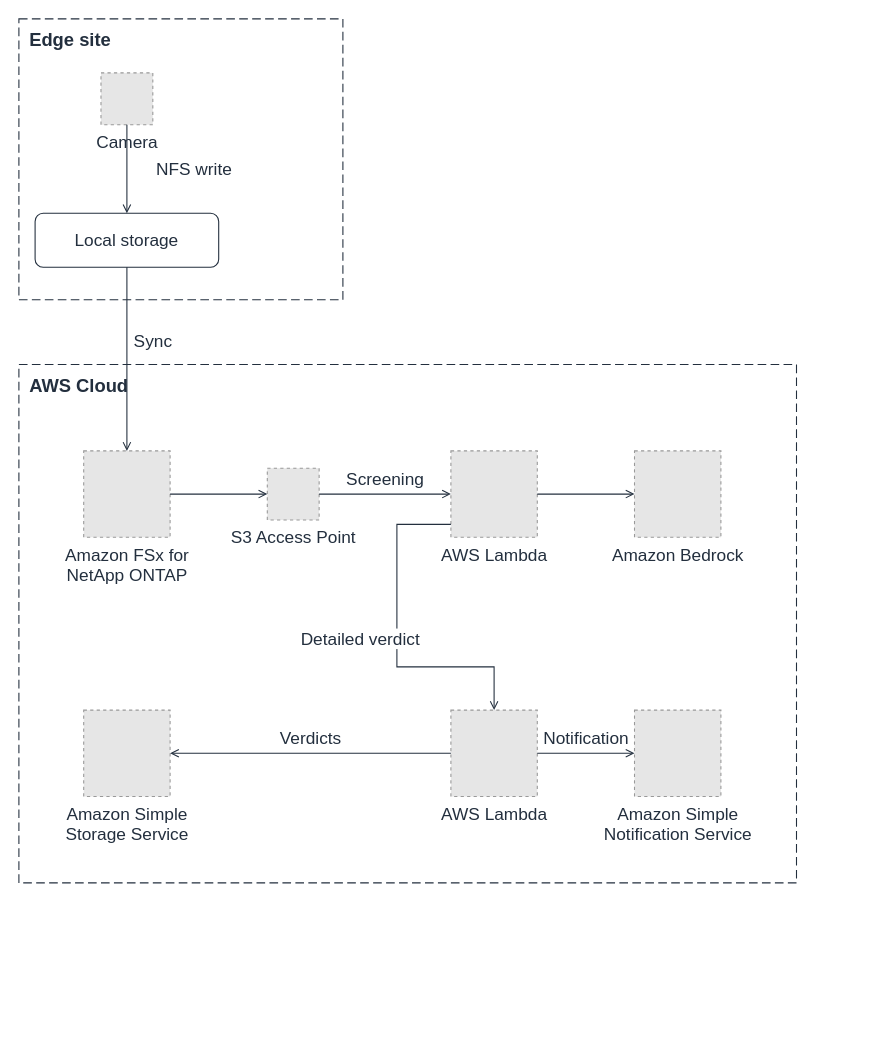
Above: docs/diagrams/pattern-01-edge-ai-bedrock-en.drawio in Yoshiki0705/ontap-edge-to-cloud-ai (draw.io), before the change. Source tidied: cells renumbered, new cells numbered last; positions are measured from the earlier drawing's top-left corner, leaving out a move shared by most shapes. Both pictures are drawn from the tidied source at 108%, with x=0, y=0 at pixel (18, 18). Pictures stored in the file or linked from it are replaced by grey dashed boxes.
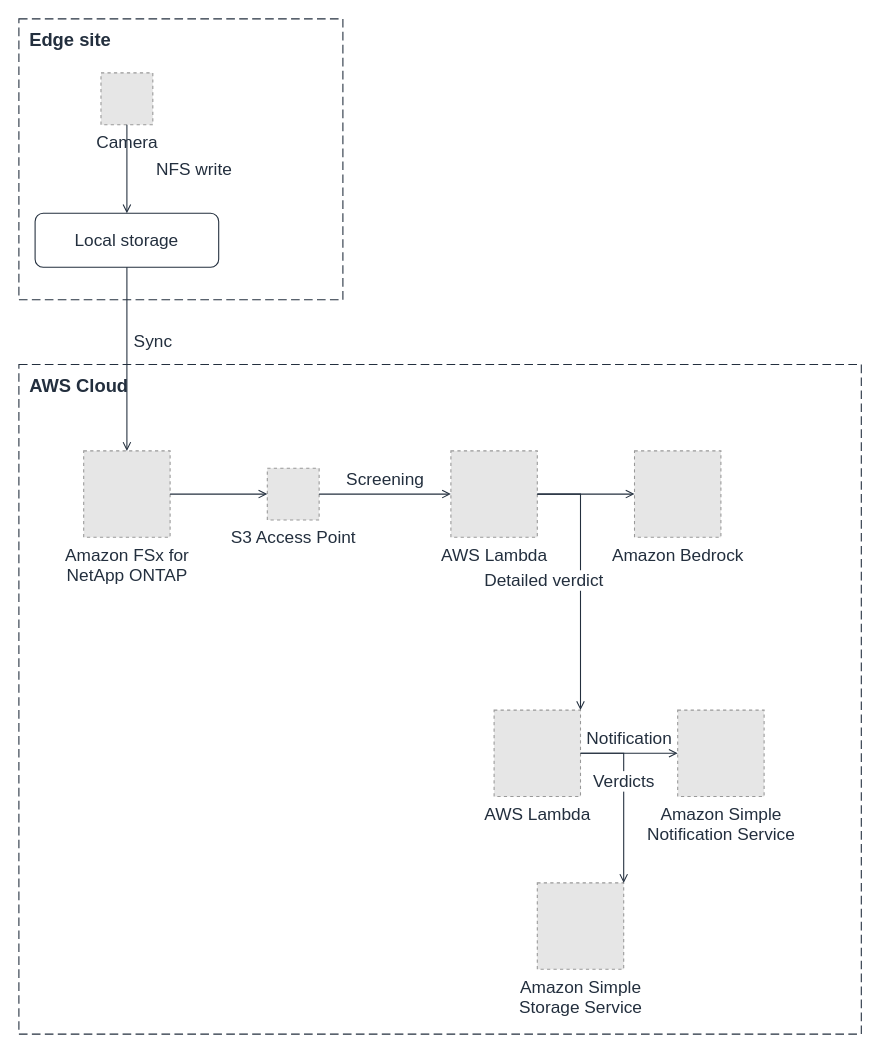
The same page after the edit.

Unchanged cells that the change refers to:
```xml
<mxCell id="8" value="AWS Lambda" style="fillColor=#E6E6E6;strokeColor=#999999;dashed=1;html=1;verticalLabelPosition=bottom;verticalAlign=top;labelPosition=center;align=center;fontSize=16;fontColor=#232F3E;" parent="1" vertex="1">
  <mxGeometry x="400" y="400" width="80" height="80" as="geometry" />
</mxCell>
```

Diff of the diagram source:
```diff
@@
     <mxCell id="3" value="AWS Cloud" style="rounded=0;html=1;dashed=1;dashPattern=8 4;fillColor=none;strokeColor=#232F3E;verticalAlign=top;align=left;spacingLeft=8;spacingTop=4;fontSize=17;fontColor=#232F3E;fontStyle=1;" parent="1" vertex="1">
-      <mxGeometry y="320" width="720" height="480" as="geometry" />
+      <mxGeometry y="320" width="780" height="620" as="geometry" />
     </mxCell>
@@
     <mxCell id="10" value="Amazon Simple&lt;br&gt;Storage Service" style="fillColor=#E6E6E6;strokeColor=#999999;dashed=1;html=1;verticalLabelPosition=bottom;verticalAlign=top;labelPosition=center;align=center;fontSize=16;fontColor=#232F3E;" parent="1" vertex="1">
-      <mxGeometry x="60" y="640" width="80" height="80" as="geometry" />
+      <mxGeometry x="480" y="800" width="80" height="80" as="geometry" />
     </mxCell>
     <mxCell id="11" value="AWS Lambda" style="fillColor=#E6E6E6;strokeColor=#999999;dashed=1;html=1;verticalLabelPosition=bottom;verticalAlign=top;labelPosition=center;align=center;fontSize=16;fontColor=#232F3E;" parent="1" vertex="1">
-      <mxGeometry x="400" y="640" width="80" height="80" as="geometry" />
+      <mxGeometry x="440" y="640" width="80" height="80" as="geometry" />
     </mxCell>
     <mxCell id="12" value="Amazon Simple&lt;br&gt;Notification Service" style="fillColor=#E6E6E6;strokeColor=#999999;dashed=1;html=1;verticalLabelPosition=bottom;verticalAlign=top;labelPosition=center;align=center;fontSize=16;fontColor=#232F3E;" parent="1" vertex="1">
-      <mxGeometry x="570" y="640" width="80" height="80" as="geometry" />
+      <mxGeometry x="610" y="640" width="80" height="80" as="geometry" />
     </mxCell>
@@
-    <mxCell id="18" value="Detailed verdict" style="edgeStyle=orthogonalEdgeStyle;rounded=0;html=1;endArrow=open;endFill=0;strokeColor=#232F3E;strokeWidth=1;fontSize=16;fontColor=#232F3E;labelBackgroundColor=#FFFFFF;exitX=0;exitY=0.85;exitDx=0;exitDy=0;entryX=0.5;entryY=0;entryDx=0;entryDy=0;" parent="1" edge="1" source="8" target="11">
+    <mxCell id="18" value="Detailed verdict" style="edgeStyle=orthogonalEdgeStyle;rounded=0;html=1;endArrow=open;endFill=0;strokeColor=#232F3E;strokeWidth=1;fontSize=16;fontColor=#232F3E;labelBackgroundColor=#FFFFFF;exitX=1;exitY=0.5;exitDx=0;exitDy=0;entryX=1;entryY=0;entryDx=0;entryDy=0;" parent="1" edge="1" source="8" target="11">
       <mxGeometry relative="1" as="geometry">
         <Array as="points">
-          <mxPoint x="350" y="468" />
-          <mxPoint x="350" y="600" />
-          <mxPoint x="440" y="600" />
+          <mxPoint x="520" y="440" />
+          <mxPoint x="520" y="640" />
         </Array>
         <mxPoint x="-34" as="offset" />
       </mxGeometry>
     </mxCell>
@@
-    <mxCell id="20" value="Verdicts" style="edgeStyle=orthogonalEdgeStyle;rounded=0;html=1;endArrow=open;endFill=0;strokeColor=#232F3E;strokeWidth=1;fontSize=16;fontColor=#232F3E;labelBackgroundColor=#FFFFFF;exitX=0;exitY=0.5;exitDx=0;exitDy=0;entryX=1;entryY=0.5;entryDx=0;entryDy=0;" parent="1" edge="1" source="11" target="10">
+    <mxCell id="20" value="Verdicts" style="edgeStyle=orthogonalEdgeStyle;rounded=0;html=1;endArrow=open;endFill=0;strokeColor=#232F3E;strokeWidth=1;fontSize=16;fontColor=#232F3E;labelBackgroundColor=#FFFFFF;exitX=1;exitY=0.5;exitDx=0;exitDy=0;entryX=1;entryY=0;entryDx=0;entryDy=0;" parent="1" edge="1" source="11" target="10">
       <mxGeometry relative="1" as="geometry">
+        <Array as="points">
+          <mxPoint x="560" y="680" />
+          <mxPoint x="560" y="800" />
+        </Array>
         <mxPoint y="-14" as="offset" />
       </mxGeometry>
     </mxCell>
```
